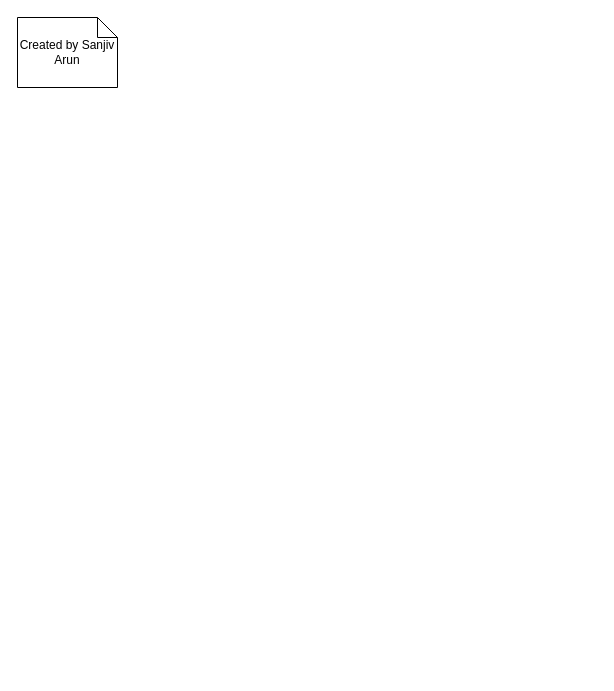
SanjivArunSchool/LCD_Display_Number_Duel keeps this draw.io diagram as LCD_code_map.drawio. Above is the earlier version. Source tidied: cells renumbered, new cells numbered last; positions are measured from the earlier drawing's top-left corner, leaving out a move shared by most shapes. Both pictures are drawn from the tidied source at 100%, with x=0, y=0 at pixel (17, 17).
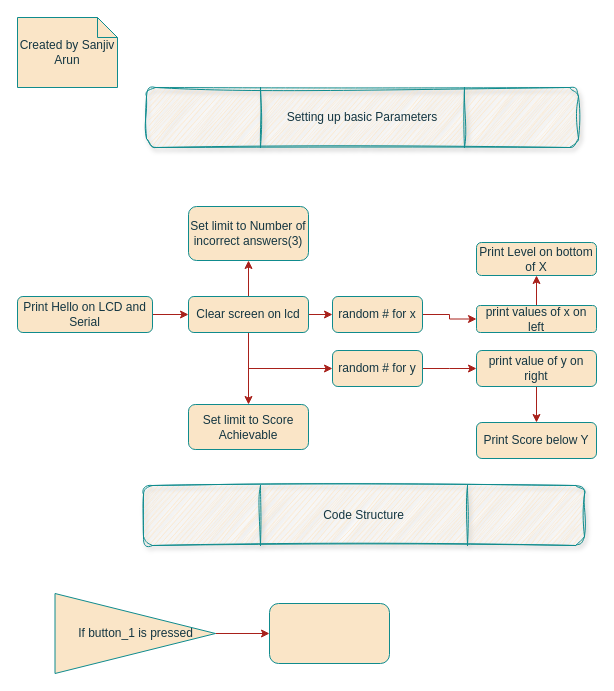
After the change.

The edit, as a diff of the source:
```diff
@@
-<mxGraphModel>
+<mxGraphModel background="#FFFFFF">
@@
-    <mxCell id="2" value="Created by Sanjiv Arun" style="shape=note;size=20;whiteSpace=wrap;html=1;" parent="1" vertex="1">
+    <mxCell id="2" value="Created by Sanjiv Arun" style="shape=note;size=20;whiteSpace=wrap;html=1;labelBackgroundColor=none;fillColor=#FAE5C7;strokeColor=#0F8B8D;fontColor=#143642;" parent="1" vertex="1">
       <mxGeometry width="100" height="70" as="geometry" />
     </mxCell>
+    <mxCell id="3" style="edgeStyle=orthogonalEdgeStyle;rounded=0;jettySize=auto;html=1;strokeColor=#A8201A;fontColor=#143642;fillColor=#FAE5C7;" parent="1" edge="1" source="4" target="9">
+      <mxGeometry relative="1" as="geometry" />
+    </mxCell>
+    <mxCell id="4" value="Print Hello on LCD and Serial" style="rounded=1;whiteSpace=wrap;html=1;strokeColor=#0F8B8D;fontColor=#143642;fillColor=#FAE5C7;" parent="1" vertex="1">
+      <mxGeometry y="279" width="135" height="36" as="geometry" />
+    </mxCell>
+    <mxCell id="5" style="edgeStyle=orthogonalEdgeStyle;rounded=0;jettySize=auto;html=1;strokeColor=#A8201A;fontColor=#143642;fillColor=#FAE5C7;exitX=1;exitY=0.5;exitDx=0;exitDy=0;" parent="1" edge="1" source="9" target="11">
+      <mxGeometry relative="1" as="geometry" />
+    </mxCell>
+    <mxCell id="6" style="edgeStyle=orthogonalEdgeStyle;rounded=0;jettySize=auto;html=1;entryX=0;entryY=0.5;entryDx=0;entryDy=0;strokeColor=#A8201A;fontColor=#143642;fillColor=#FAE5C7;" parent="1" edge="1" source="9" target="13">
+      <mxGeometry relative="1" as="geometry">
+        <Array as="points">
+          <mxPoint x="231" y="351" />
+        </Array>
+      </mxGeometry>
+    </mxCell>
+    <mxCell id="7" style="edgeStyle=orthogonalEdgeStyle;rounded=0;jettySize=auto;html=1;strokeColor=#A8201A;fontColor=#143642;fillColor=#FAE5C7;" parent="1" edge="1" source="9" target="20">
+      <mxGeometry relative="1" as="geometry" />
+    </mxCell>
+    <mxCell id="8" style="edgeStyle=orthogonalEdgeStyle;rounded=0;jettySize=auto;html=1;exitX=0.5;exitY=1;exitDx=0;exitDy=0;entryX=0.5;entryY=0;entryDx=0;entryDy=0;strokeColor=#A8201A;fontColor=#143642;fillColor=#FAE5C7;" parent="1" edge="1" source="9" target="21">
+      <mxGeometry relative="1" as="geometry" />
+    </mxCell>
+    <mxCell id="9" value="Clear screen on lcd" style="rounded=1;whiteSpace=wrap;html=1;strokeColor=#0F8B8D;fontColor=#143642;fillColor=#FAE5C7;" parent="1" vertex="1">
+      <mxGeometry x="171" y="279" width="120" height="36" as="geometry" />
+    </mxCell>
+    <mxCell id="10" style="edgeStyle=orthogonalEdgeStyle;rounded=0;jettySize=auto;html=1;exitX=1;exitY=0.5;exitDx=0;exitDy=0;entryX=0;entryY=0.5;entryDx=0;entryDy=0;strokeColor=#A8201A;fontColor=#143642;fillColor=#FAE5C7;" parent="1" edge="1" source="11" target="15">
+      <mxGeometry relative="1" as="geometry" />
+    </mxCell>
+    <mxCell id="11" value="random # for x" style="whiteSpace=wrap;html=1;fillColor=#FAE5C7;strokeColor=#0F8B8D;fontColor=#143642;rounded=1;" parent="1" vertex="1">
+      <mxGeometry x="315" y="279" width="90" height="36" as="geometry" />
+    </mxCell>
+    <mxCell id="12" style="edgeStyle=orthogonalEdgeStyle;rounded=0;jettySize=auto;html=1;strokeColor=#A8201A;fontColor=#143642;fillColor=#FAE5C7;" parent="1" edge="1" source="13">
+      <mxGeometry relative="1" as="geometry">
+        <mxPoint x="459" y="351" as="targetPoint" />
+      </mxGeometry>
+    </mxCell>
+    <mxCell id="13" value="random # for y" style="whiteSpace=wrap;html=1;fillColor=#FAE5C7;strokeColor=#0F8B8D;fontColor=#143642;rounded=1;" parent="1" vertex="1">
+      <mxGeometry x="315" y="333" width="90" height="36" as="geometry" />
+    </mxCell>
+    <mxCell id="14" style="edgeStyle=orthogonalEdgeStyle;rounded=0;jettySize=auto;html=1;strokeColor=#A8201A;fontColor=#143642;fillColor=#FAE5C7;" parent="1" edge="1" source="15" target="19">
+      <mxGeometry relative="1" as="geometry" />
+    </mxCell>
+    <mxCell id="15" value="print values of x on left" style="whiteSpace=wrap;html=1;fillColor=#FAE5C7;strokeColor=#0F8B8D;fontColor=#143642;rounded=1;" parent="1" vertex="1">
+      <mxGeometry x="459" y="288" width="120" height="27" as="geometry" />
+    </mxCell>
+    <mxCell id="16" style="edgeStyle=orthogonalEdgeStyle;rounded=0;jettySize=auto;html=1;strokeColor=#A8201A;fontColor=#143642;fillColor=#FAE5C7;" parent="1" edge="1" source="17" target="18">
+      <mxGeometry relative="1" as="geometry" />
+    </mxCell>
+    <mxCell id="17" value="print value of y on right" style="rounded=1;whiteSpace=wrap;html=1;strokeColor=#0F8B8D;fontColor=#143642;fillColor=#FAE5C7;" parent="1" vertex="1">
+      <mxGeometry x="459" y="333" width="120" height="36" as="geometry" />
+    </mxCell>
+    <mxCell id="18" value="Print Score below Y" style="whiteSpace=wrap;html=1;fillColor=#FAE5C7;strokeColor=#0F8B8D;fontColor=#143642;rounded=1;" parent="1" vertex="1">
+      <mxGeometry x="459" y="405" width="120" height="36" as="geometry" />
+    </mxCell>
+    <mxCell id="19" value="Print Level on bottom of X" style="whiteSpace=wrap;html=1;fillColor=#FAE5C7;strokeColor=#0F8B8D;fontColor=#143642;rounded=1;" parent="1" vertex="1">
+      <mxGeometry x="459" y="225" width="120" height="33" as="geometry" />
+    </mxCell>
+    <mxCell id="20" value="Set limit to Number of incorrect answers(3)" style="whiteSpace=wrap;html=1;fillColor=#FAE5C7;strokeColor=#0F8B8D;fontColor=#143642;rounded=1;" parent="1" vertex="1">
+      <mxGeometry x="171" y="189" width="120" height="54" as="geometry" />
+    </mxCell>
+    <mxCell id="21" value="Set limit to Score Achievable" style="whiteSpace=wrap;html=1;fillColor=#FAE5C7;strokeColor=#0F8B8D;fontColor=#143642;rounded=1;" parent="1" vertex="1">
+      <mxGeometry x="171" y="387" width="120" height="45" as="geometry" />
+    </mxCell>
+    <mxCell id="22" value="Setting up basic Parameters" style="shape=process;whiteSpace=wrap;html=1;backgroundOutline=1;strokeColor=#0F8B8D;fontColor=#143642;fillColor=#FAE5C7;rounded=1;glass=0;shadow=1;sketch=1;curveFitting=1;jiggle=2;size=0.2638888888888889;" parent="1" vertex="1">
+      <mxGeometry x="129" y="70" width="432" height="60" as="geometry" />
+    </mxCell>
+    <mxCell id="23" value="Code Structure" style="shape=process;whiteSpace=wrap;html=1;backgroundOutline=1;strokeColor=#0F8B8D;fontColor=#143642;fillColor=#FAE5C7;sketch=1;curveFitting=1;jiggle=2;shadow=1;rounded=1;size=0.2653061224489796;glass=0;" parent="1" vertex="1">
+      <mxGeometry x="126" y="468" width="441" height="60" as="geometry" />
+    </mxCell>
+    <mxCell id="24" style="edgeStyle=orthogonalEdgeStyle;rounded=0;jettySize=auto;html=1;exitX=1;exitY=0.5;exitDx=0;exitDy=0;entryX=0;entryY=0.5;entryDx=0;entryDy=0;strokeColor=#A8201A;fontColor=#143642;fillColor=#FAE5C7;" parent="1" edge="1" source="25" target="26">
+      <mxGeometry relative="1" as="geometry" />
+    </mxCell>
+    <mxCell id="25" value="If button_1 is pressed" style="triangle;whiteSpace=wrap;html=1;strokeColor=#0F8B8D;fontColor=#143642;fillColor=#FAE5C7;" parent="1" vertex="1">
+      <mxGeometry x="37.5" y="576" width="160.5" height="80" as="geometry" />
+    </mxCell>
+    <mxCell id="26" style="rounded=1;whiteSpace=wrap;html=1;strokeColor=#0F8B8D;fontColor=#143642;fillColor=#FAE5C7;" parent="1" vertex="1">
+      <mxGeometry x="252" y="586" width="120" height="60" as="geometry" />
+    </mxCell>
```
